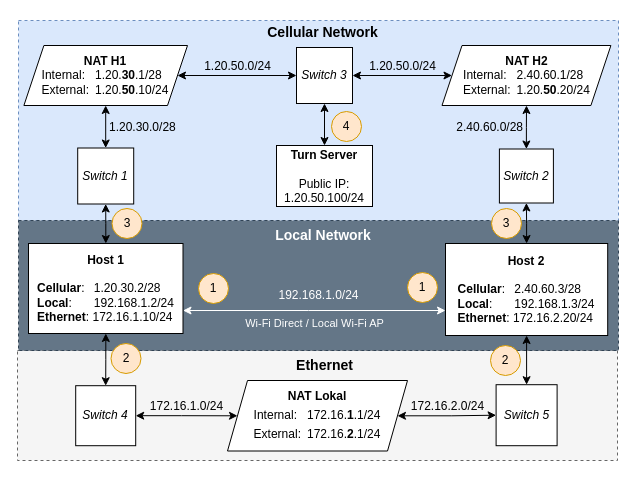
Earlier version of the draw.io diagram resources/mininet_full_setup.drawio (JustusvonderBeek/master-thesis-scripts-and-measures). Source tidied: cells renumbered, new cells numbered last; positions are measured from the earlier drawing's top-left corner, leaving out a move shared by most shapes. Both pictures are drawn from the tidied source at 100%, with x=0, y=0 at pixel (17, 17).
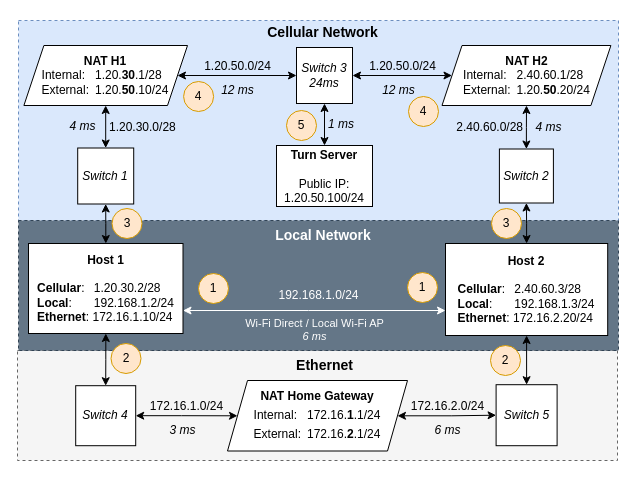
Above is the later version.

Unchanged cells that the change refers to:
```xml
<mxCell id="7" value="&lt;div&gt;&lt;b&gt;Host 1&lt;/b&gt;&lt;br&gt;&lt;/div&gt;&lt;div&gt;&lt;b&gt;&lt;br&gt;&lt;/b&gt;&lt;/div&gt;&lt;div style=&quot;text-align: left;&quot;&gt;&lt;span style=&quot;background-color: rgb(255, 255, 255);&quot;&gt;&lt;b style=&quot;&quot;&gt;Cellular&lt;/b&gt;:&lt;span style=&quot;white-space: pre;&quot;&gt;&#9;&lt;/span&gt;&amp;nbsp;1.20.30.2/28&lt;br&gt;&lt;/span&gt;&lt;/div&gt;&lt;div style=&quot;text-align: left;&quot;&gt;&lt;font style=&quot;background-color: rgb(255, 255, 255);&quot;&gt;&lt;b&gt;Local&lt;/b&gt;:&lt;span style=&quot;white-space: pre;&quot;&gt;&#9;&lt;/span&gt;&amp;nbsp;192.168.1.2/24&lt;/font&gt;&lt;/div&gt;&lt;div style=&quot;text-align: left;&quot;&gt;&lt;font style=&quot;background-color: rgb(255, 255, 255);&quot;&gt;&lt;b&gt;Ethernet&lt;/b&gt;: 172.16.1.10/24&lt;/font&gt;&lt;br&gt;&lt;/div&gt;" style="rounded=0;whiteSpace=wrap;html=1;" parent="1" vertex="1">
  <mxGeometry x="11" y="226" width="154.5" height="90" as="geometry" />
</mxCell>
<mxCell id="9" value="&lt;div&gt;&lt;b&gt;Host 2&lt;/b&gt;&lt;br&gt;&lt;/div&gt;&lt;div&gt;&lt;b&gt;&lt;br&gt;&lt;/b&gt;&lt;/div&gt;&lt;div style=&quot;text-align: left;&quot;&gt;&lt;b&gt;Cellular&lt;/b&gt;: &lt;span style=&quot;white-space: pre;&quot;&gt;&#9;&lt;/span&gt;&amp;nbsp;2.40.60.3/28&lt;/div&gt;&lt;div style=&quot;text-align: left;&quot;&gt;&lt;b&gt;Local&lt;/b&gt;:&lt;span style=&quot;white-space: pre;&quot;&gt;&#9;&lt;/span&gt;&amp;nbsp;192.168.1.3/24&lt;br&gt;&lt;/div&gt;&lt;div style=&quot;text-align: left;&quot;&gt;&lt;b&gt;Ethernet&lt;/b&gt;: 172.16.2.20/24&lt;br&gt;&lt;/div&gt;" style="whiteSpace=wrap;html=1;" parent="1" vertex="1">
  <mxGeometry x="428" y="226" width="162.2" height="92" as="geometry" />
</mxCell>
<mxCell id="17" value="&lt;div&gt;&lt;b&gt;Turn Server&lt;/b&gt;&lt;/div&gt;&lt;div&gt;&lt;br&gt;&lt;/div&gt;&lt;div&gt;Public IP:&lt;/div&gt;&lt;div&gt;1.20.50.100/24&lt;br&gt;&lt;/div&gt;" style="rounded=0;whiteSpace=wrap;html=1;" parent="1" vertex="1">
  <mxGeometry x="259" y="128" width="96" height="61" as="geometry" />
</mxCell>
```

What changed in the source:
```diff
@@
-    <mxCell id="4" style="endArrow=classic;startArrow=classic;html=1;rounded=0;" parent="1" edge="1" source="27" target="17">
+    <mxCell id="4" value="1 ms" style="endArrow=classic;startArrow=classic;html=1;rounded=0;labelBackgroundColor=none;fontSize=12;labelPosition=right;verticalLabelPosition=middle;align=left;verticalAlign=middle;spacingLeft=2;fontStyle=2;" parent="1" edge="1" source="27" target="17">
       <mxGeometry relative="1" as="geometry" />
     </mxCell>
@@
-    <mxCell id="6" value="&lt;div&gt;&lt;span style=&quot;background-color: initial;&quot;&gt;Wi-Fi Direct / Local Wi-Fi AP&lt;/span&gt;&lt;br&gt;&lt;/div&gt;" style="edgeStyle=orthogonalEdgeStyle;rounded=0;jettySize=auto;html=1;startArrow=classic;startFill=1;strokeWidth=1;labelBackgroundColor=none;verticalAlign=top;fontColor=#FFFFFF;strokeColor=#FFFFFF;" parent="1" edge="1" source="7" target="9">
+    <mxCell id="6" value="&lt;div&gt;&lt;span style=&quot;background-color: initial;&quot;&gt;Wi-Fi Direct / Local Wi-Fi AP&lt;/span&gt;&lt;br&gt;&lt;/div&gt;&lt;div&gt;&lt;span style=&quot;background-color: initial;&quot;&gt;&lt;i&gt;6 ms&lt;/i&gt;&lt;/span&gt;&lt;/div&gt;" style="edgeStyle=orthogonalEdgeStyle;rounded=0;jettySize=auto;html=1;startArrow=classic;startFill=1;strokeWidth=1;labelBackgroundColor=none;verticalAlign=top;fontColor=#FFFFFF;strokeColor=#FFFFFF;" parent="1" edge="1" source="7" target="9">
       <mxGeometry relative="1" as="geometry">
         <Array as="points">
           <mxPoint x="291" y="293" />
           <mxPoint x="291" y="293" />
         </Array>
       </mxGeometry>
     </mxCell>
@@
-    <mxCell id="27" value="&lt;i&gt;Switch 3&lt;/i&gt;" style="whiteSpace=wrap;html=1;" parent="1" vertex="1">
+    <mxCell id="27" value="&lt;i&gt;Switch 3&lt;/i&gt;&lt;div&gt;&lt;i&gt;24ms&lt;/i&gt;&lt;/div&gt;" style="whiteSpace=wrap;html=1;" parent="1" vertex="1">
       <mxGeometry x="279" y="30" width="56" height="56" as="geometry" />
     </mxCell>
@@
-    <mxCell id="34" value="&lt;div style=&quot;color: rgb(51, 51, 51); font-family: &amp;quot;Droid Sans Mono&amp;quot;, &amp;quot;monospace&amp;quot;, monospace; font-size: 14px; line-height: 19px; white-space: pre;&quot;&gt;&lt;div style=&quot;color: rgb(0, 0, 0); font-family: Helvetica; font-size: 12px; white-space: normal;&quot;&gt;&lt;b&gt;NAT&amp;nbsp;&lt;/b&gt;&lt;b style=&quot;background-color: initial;&quot;&gt;Lokal&lt;/b&gt;&lt;br&gt;&lt;/div&gt;&lt;div style=&quot;text-align: left; color: rgb(0, 0, 0); font-family: Helvetica; font-size: 12px; white-space: normal;&quot;&gt;Internal:&lt;span style=&quot;white-space: pre;&quot;&gt;&#9;&lt;/span&gt;&lt;span style=&quot;background-color: initial;&quot;&gt;172.16.&lt;b&gt;1&lt;/b&gt;.1/24&lt;/span&gt;&lt;/div&gt;&lt;div style=&quot;text-align: left; color: rgb(0, 0, 0); font-family: Helvetica; font-size: 12px; white-space: normal;&quot;&gt;&lt;span style=&quot;background-color: initial;&quot;&gt;External:&lt;span style=&quot;white-space: pre;&quot;&gt;&#9;&lt;/span&gt;&lt;/span&gt;&lt;span style=&quot;background-color: initial;&quot;&gt;172.16.&lt;b&gt;2&lt;/b&gt;.1/24&lt;/span&gt;&lt;/div&gt;&lt;/div&gt;" style="shape=parallelogram;perimeter=parallelogramPerimeter;whiteSpace=wrap;html=1;fixedSize=1;labelBackgroundColor=none;" parent="1" vertex="1">
+    <mxCell id="34" value="&lt;div style=&quot;color: rgb(51, 51, 51); font-family: &amp;quot;Droid Sans Mono&amp;quot;, &amp;quot;monospace&amp;quot;, monospace; font-size: 14px; line-height: 19px; white-space: pre;&quot;&gt;&lt;div style=&quot;color: rgb(0, 0, 0); font-family: Helvetica; font-size: 12px; white-space: normal;&quot;&gt;&lt;b&gt;NAT&amp;nbsp;&lt;/b&gt;&lt;b style=&quot;background-color: initial;&quot;&gt;Home Gateway&lt;/b&gt;&lt;br&gt;&lt;/div&gt;&lt;div style=&quot;text-align: left; color: rgb(0, 0, 0); font-family: Helvetica; font-size: 12px; white-space: normal;&quot;&gt;Internal:&lt;span style=&quot;white-space: pre;&quot;&gt;&#9;&lt;/span&gt;&lt;span style=&quot;background-color: initial;&quot;&gt;172.16.&lt;b&gt;1&lt;/b&gt;.1/24&lt;/span&gt;&lt;/div&gt;&lt;div style=&quot;text-align: left; color: rgb(0, 0, 0); font-family: Helvetica; font-size: 12px; white-space: normal;&quot;&gt;&lt;span style=&quot;background-color: initial;&quot;&gt;External:&lt;span style=&quot;white-space: pre;&quot;&gt;&#9;&lt;/span&gt;&lt;/span&gt;&lt;span style=&quot;background-color: initial;&quot;&gt;172.16.&lt;b&gt;2&lt;/b&gt;.1/24&lt;/span&gt;&lt;/div&gt;&lt;/div&gt;" style="shape=parallelogram;perimeter=parallelogramPerimeter;whiteSpace=wrap;html=1;fixedSize=1;labelBackgroundColor=none;" parent="1" vertex="1">
       <mxGeometry x="210" y="363" width="180" height="70.5" as="geometry" />
     </mxCell>
@@
-    <mxCell id="38" value="4" style="ellipse;whiteSpace=wrap;html=1;fillColor=#ffe6cc;strokeColor=#d79b00;" parent="1" vertex="1">
-      <mxGeometry x="314" y="94" width="30" height="30" as="geometry" />
+    <mxCell id="38" value="5" style="ellipse;whiteSpace=wrap;html=1;fillColor=#ffe6cc;strokeColor=#d79b00;" parent="1" vertex="1">
+      <mxGeometry x="269" y="93" width="30" height="30" as="geometry" />
     </mxCell>
+    <mxCell id="39" value="4" style="ellipse;whiteSpace=wrap;html=1;fillColor=#ffe6cc;strokeColor=#d79b00;" parent="1" vertex="1">
+      <mxGeometry x="166.1" y="64" width="30" height="30" as="geometry" />
+    </mxCell>
+    <mxCell id="40" value="4" style="ellipse;whiteSpace=wrap;html=1;fillColor=#ffe6cc;strokeColor=#d79b00;" parent="1" vertex="1">
+      <mxGeometry x="391" y="79" width="30" height="30" as="geometry" />
+    </mxCell>
+    <mxCell id="41" value="3 ms" style="text;html=1;align=center;verticalAlign=middle;strokeColor=none;fillColor=none;fontStyle=2;" parent="1" vertex="1">
+      <mxGeometry x="140" y="398.2" width="50" height="30" as="geometry" />
+    </mxCell>
+    <mxCell id="42" value="6 ms" style="text;html=1;align=center;verticalAlign=middle;strokeColor=none;fillColor=none;fontStyle=2;" parent="1" vertex="1">
+      <mxGeometry x="405" y="398.2" width="50" height="30" as="geometry" />
+    </mxCell>
+    <mxCell id="43" value="4 ms" style="text;html=1;align=center;verticalAlign=middle;strokeColor=none;fillColor=none;fontStyle=2;spacing=0;" parent="1" vertex="1">
+      <mxGeometry x="40" y="99" width="50" height="20" as="geometry" />
+    </mxCell>
+    <mxCell id="44" value="4 ms" style="text;html=1;align=center;verticalAlign=middle;strokeColor=none;fillColor=none;fontStyle=2;spacing=0;" parent="1" vertex="1">
+      <mxGeometry x="506" y="100" width="50" height="20" as="geometry" />
+    </mxCell>
+    <mxCell id="45" value="12 ms" style="text;html=1;align=center;verticalAlign=middle;strokeColor=none;fillColor=none;fontStyle=2;" parent="1" vertex="1">
+      <mxGeometry x="351" y="58" width="60" height="30" as="geometry" />
+    </mxCell>
+    <mxCell id="46" value="12 ms" style="text;html=1;align=center;verticalAlign=middle;strokeColor=none;fillColor=none;fontStyle=2;" parent="1" vertex="1">
+      <mxGeometry x="190" y="58" width="60" height="30" as="geometry" />
+    </mxCell>
```
